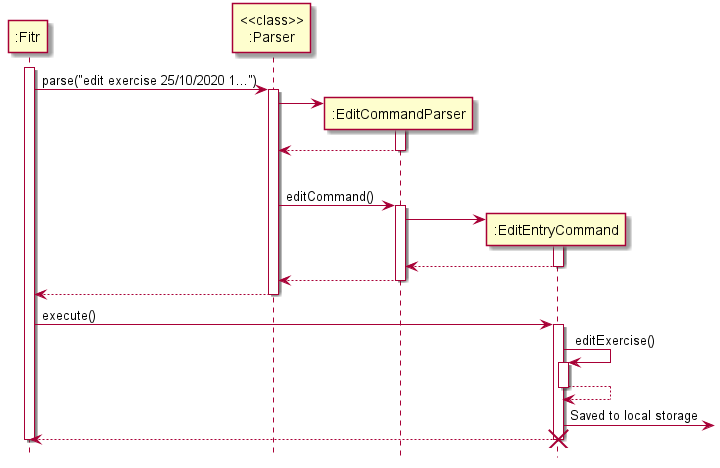
This is docs/images/EditExerciseSequenceDiagram.png from nus-cs2113-AY2021S1/tp, a PlantUML export, as it was before one commit.
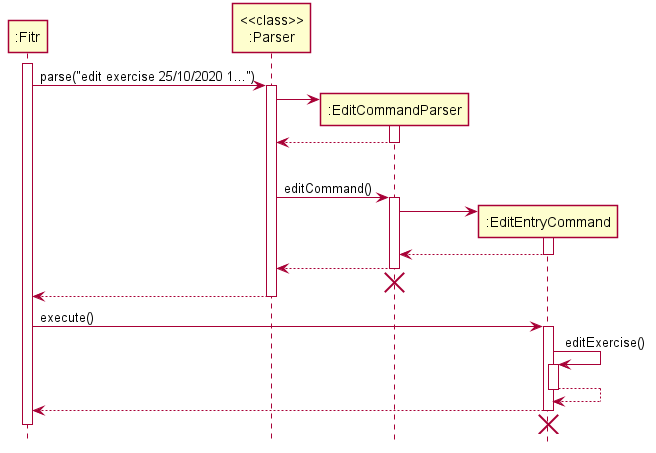
The same file after the commit.

Commit message:
Update sequence diagrams in DG

Change to the diagram source:
```diff
@@ -1,4 +1,6 @@
 @startuml
+skinparam Shadowing false
+
 participant ":Fitr"
 participant "<<class>>\n:Parser"
 
@@ -15,15 +17,20 @@
 create ":EditEntryCommand"
 ":EditCommandParser" -> ":EditEntryCommand" ++
 return
-return
+
+":EditCommandParser" --> "<<class>>\n:Parser"
+deactivate ":EditCommandParser"
+":EditCommandParser" -[hidden]-> "<<class>>\n:Parser"
+destroy ":EditCommandParser"
 return
 
 ":Fitr" -> ":EditEntryCommand" : execute()
 activate ":EditEntryCommand"
 ":EditEntryCommand" -> ":EditEntryCommand" ++ : editExercise()
 return
-":EditEntryCommand" ->] : Saved to local storage
-return
+":EditEntryCommand" --> ":Fitr"
+deactivate ":EditEntryCommand"
+":EditEntryCommand" -[hidden]-> ":Fitr"
 destroy ":EditEntryCommand"
 deactivate ":Fitr"
 
```
